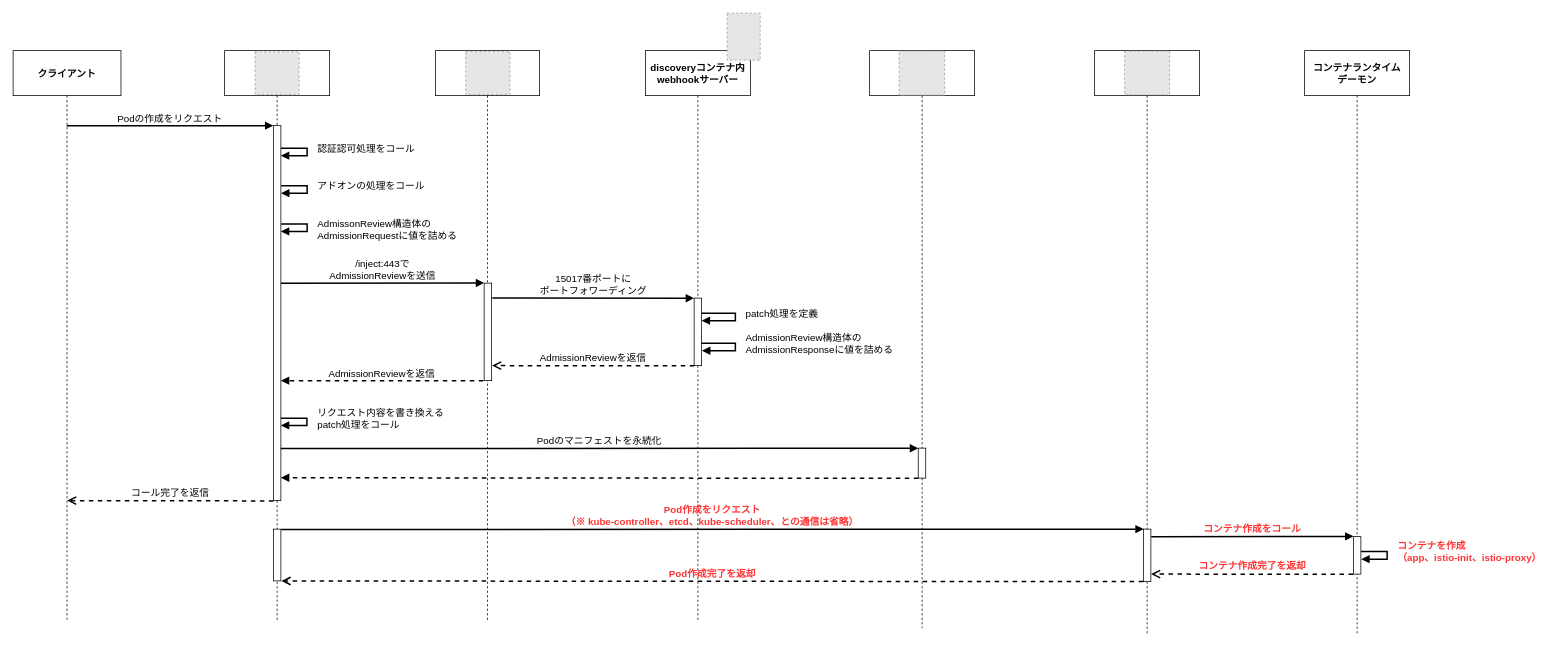
Above: page "Copy of istio_container-injection_flow" (6 of 6) of images/drawio/istio/service-mesh_layer.drawio in hiroki-it/tech-notebook_old (draw.io), before the change. Source tidied: cells renumbered, new cells numbered last; positions are measured from the earlier drawing's top-left corner, leaving out a move shared by most shapes. Both pictures are drawn from the tidied source at 75%, with x=0, y=0 at pixel (13, 13). Pictures stored in the file or linked from it are replaced by grey dashed boxes.
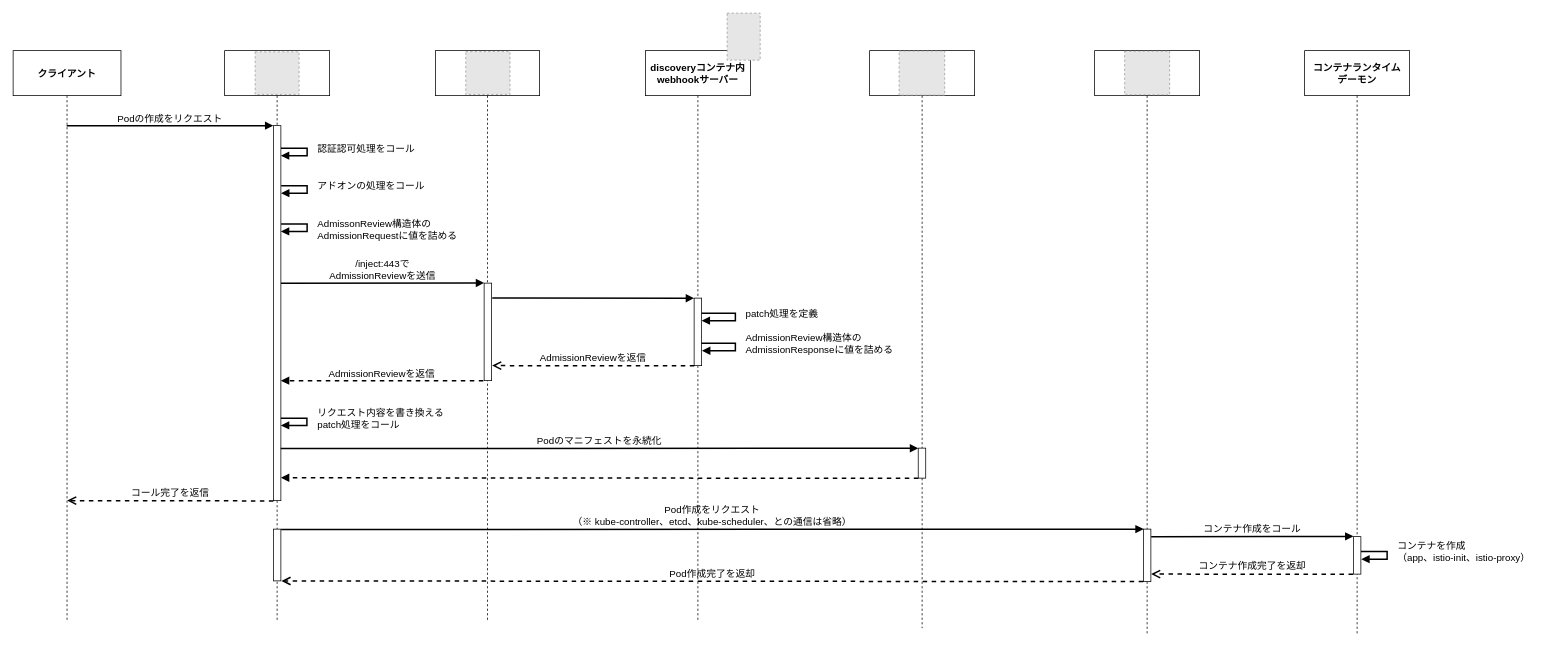
The same page after the edit.

The change refers to these unchanged cells:
```xml
<mxCell id="20" style="html=1;points=[];perimeter=orthogonalPerimeter;labelBackgroundColor=none;fontSize=13;" parent="1" vertex="1">
  <mxGeometry x="347" y="688" width="10" height="69" as="geometry" />
</mxCell>
<mxCell id="23" style="points=[];perimeter=orthogonalPerimeter;rounded=0;shadow=0;strokeWidth=1;labelBackgroundColor=none;fontSize=13;" parent="1" vertex="1">
  <mxGeometry x="628" y="360" width="10" height="130" as="geometry" />
</mxCell>
<mxCell id="28" style="points=[];perimeter=orthogonalPerimeter;rounded=0;shadow=0;strokeWidth=1;labelBackgroundColor=none;fontSize=13;" parent="1" vertex="1">
  <mxGeometry x="1507" y="688" width="10" height="70" as="geometry" />
</mxCell>
<mxCell id="29" style="points=[];perimeter=orthogonalPerimeter;rounded=0;shadow=0;strokeWidth=1;labelBackgroundColor=none;fontSize=13;" parent="1" vertex="1">
  <mxGeometry x="1787" y="698" width="10" height="50" as="geometry" />
</mxCell>
```

Diff of the diagram source:
```diff
@@
-    <mxCell id="9" value="Pod作成をリクエスト&#10;（※ kube-controller、etcd、kube-scheduler、との通信は省略）" style="verticalAlign=bottom;endArrow=block;shadow=0;strokeWidth=2;entryX=0.049;entryY=0;entryDx=0;entryDy=0;entryPerimeter=0;exitX=1.041;exitY=0.007;exitDx=0;exitDy=0;exitPerimeter=0;labelBackgroundColor=none;fontColor=#FF3333;fontSize=13;fontStyle=1;" parent="1" edge="1" source="20" target="28">
+    <mxCell id="9" value="Pod作成をリクエスト&#10;（※ kube-controller、etcd、kube-scheduler、との通信は省略）" style="verticalAlign=bottom;endArrow=block;shadow=0;strokeWidth=2;entryX=0.049;entryY=0;entryDx=0;entryDy=0;entryPerimeter=0;exitX=1.041;exitY=0.007;exitDx=0;exitDy=0;exitPerimeter=0;labelBackgroundColor=none;fontColor=default;fontSize=13;" parent="1" edge="1" source="20" target="28">
       <mxGeometry relative="1" as="geometry" />
     </mxCell>
-    <mxCell id="10" value="&lt;b&gt;&lt;font color=&quot;#ff3333&quot;&gt;Pod作成完了を返却&lt;/font&gt;&lt;/b&gt;" style="html=1;verticalAlign=bottom;endArrow=open;dashed=1;endSize=8;rounded=0;exitX=-0.028;exitY=0.999;exitDx=0;exitDy=0;exitPerimeter=0;entryX=1.071;entryY=1.002;entryDx=0;entryDy=0;entryPerimeter=0;labelBackgroundColor=none;fontColor=default;fontSize=13;strokeWidth=2;" parent="1" edge="1" source="28" target="20">
+    <mxCell id="10" value="Pod作成完了を返却" style="html=1;verticalAlign=bottom;endArrow=open;dashed=1;endSize=8;rounded=0;exitX=-0.028;exitY=0.999;exitDx=0;exitDy=0;exitPerimeter=0;entryX=1.071;entryY=1.002;entryDx=0;entryDy=0;entryPerimeter=0;labelBackgroundColor=none;fontColor=default;fontSize=13;strokeWidth=2;" parent="1" edge="1" source="28" target="20">
       <mxGeometry relative="1" as="geometry" />
     </mxCell>
@@
-    <mxCell id="12" value="コンテナ作成をコール" style="verticalAlign=bottom;endArrow=block;shadow=0;strokeWidth=2;entryX=0.015;entryY=-0.007;entryDx=0;entryDy=0;entryPerimeter=0;exitX=1.042;exitY=0.147;exitDx=0;exitDy=0;exitPerimeter=0;labelBackgroundColor=none;fontColor=#FF3333;fontSize=13;fontStyle=1;" parent="1" edge="1" source="28" target="29">
+    <mxCell id="12" value="コンテナ作成をコール" style="verticalAlign=bottom;endArrow=block;shadow=0;strokeWidth=2;entryX=0.015;entryY=-0.007;entryDx=0;entryDy=0;entryPerimeter=0;exitX=1.042;exitY=0.147;exitDx=0;exitDy=0;exitPerimeter=0;labelBackgroundColor=none;fontColor=default;fontSize=13;" parent="1" edge="1" source="28" target="29">
       <mxGeometry relative="1" as="geometry" />
     </mxCell>
-    <mxCell id="13" value="&lt;b&gt;&lt;font color=&quot;#ff3333&quot;&gt;コンテナ作成完了を返却&lt;/font&gt;&lt;/b&gt;" style="html=1;verticalAlign=bottom;endArrow=open;dashed=1;endSize=8;rounded=0;exitX=-0.049;exitY=1.001;exitDx=0;exitDy=0;exitPerimeter=0;entryX=1.024;entryY=0.857;entryDx=0;entryDy=0;entryPerimeter=0;labelBackgroundColor=none;fontColor=default;fontSize=13;strokeWidth=2;" parent="1" edge="1" source="29" target="28">
+    <mxCell id="13" value="コンテナ作成完了を返却" style="html=1;verticalAlign=bottom;endArrow=open;dashed=1;endSize=8;rounded=0;exitX=-0.049;exitY=1.001;exitDx=0;exitDy=0;exitPerimeter=0;entryX=1.024;entryY=0.857;entryDx=0;entryDy=0;entryPerimeter=0;labelBackgroundColor=none;fontColor=default;fontSize=13;strokeWidth=2;" parent="1" edge="1" source="29" target="28">
       <mxGeometry relative="1" as="geometry" />
     </mxCell>
@@
-    <mxCell id="27" value="15017番ポートに&#10;ポートフォワーディング" style="verticalAlign=bottom;endArrow=block;entryX=0.011;entryY=-0.002;shadow=0;strokeWidth=2;entryDx=0;entryDy=0;entryPerimeter=0;exitX=1.086;exitY=0.153;exitDx=0;exitDy=0;exitPerimeter=0;labelBackgroundColor=none;fontColor=default;fontSize=13;" parent="1" edge="1" source="23">
+    <mxCell id="27" value="15017番ポートに&#10;ポートフォワーディング" style="verticalAlign=bottom;endArrow=block;entryX=0.011;entryY=-0.002;shadow=0;strokeWidth=2;entryDx=0;entryDy=0;entryPerimeter=0;exitX=1.086;exitY=0.153;exitDx=0;exitDy=0;exitPerimeter=0;labelBackgroundColor=none;fontColor=none;fontSize=13;noLabel=1;" parent="1" edge="1" source="23">
       <mxGeometry relative="1" as="geometry">
         <mxPoint x="908" y="380.1" as="targetPoint" />
       </mxGeometry>
     </mxCell>
@@
-    <mxCell id="30" value="&lt;font color=&quot;#ff3333&quot;&gt;&lt;b&gt;コンテナを作成&lt;br&gt;（app、istio-init、istio-proxy）&lt;/b&gt;&lt;/font&gt;" style="edgeStyle=orthogonalEdgeStyle;html=1;align=left;spacingLeft=2;endArrow=block;rounded=0;exitX=1.016;exitY=0.395;exitDx=0;exitDy=0;exitPerimeter=0;labelBackgroundColor=none;fontColor=default;entryX=1.049;entryY=0.6;entryDx=0;entryDy=0;entryPerimeter=0;fontSize=13;strokeWidth=2;" parent="1" edge="1" source="29" target="29">
+    <mxCell id="30" value="コンテナを作成&lt;br&gt;（app、istio-init、istio-proxy）" style="edgeStyle=orthogonalEdgeStyle;html=1;align=left;spacingLeft=2;endArrow=block;rounded=0;exitX=1.016;exitY=0.395;exitDx=0;exitDy=0;exitPerimeter=0;labelBackgroundColor=none;fontColor=default;entryX=1.049;entryY=0.6;entryDx=0;entryDy=0;entryPerimeter=0;fontSize=13;strokeWidth=2;" parent="1" edge="1" source="29" target="29">
       <mxGeometry x="-0.13" y="10" relative="1" as="geometry">
         <Array as="points">
           <mxPoint x="1832" y="718" />
           <mxPoint x="1832" y="728" />
         </Array>
       </mxGeometry>
     </mxCell>
```
